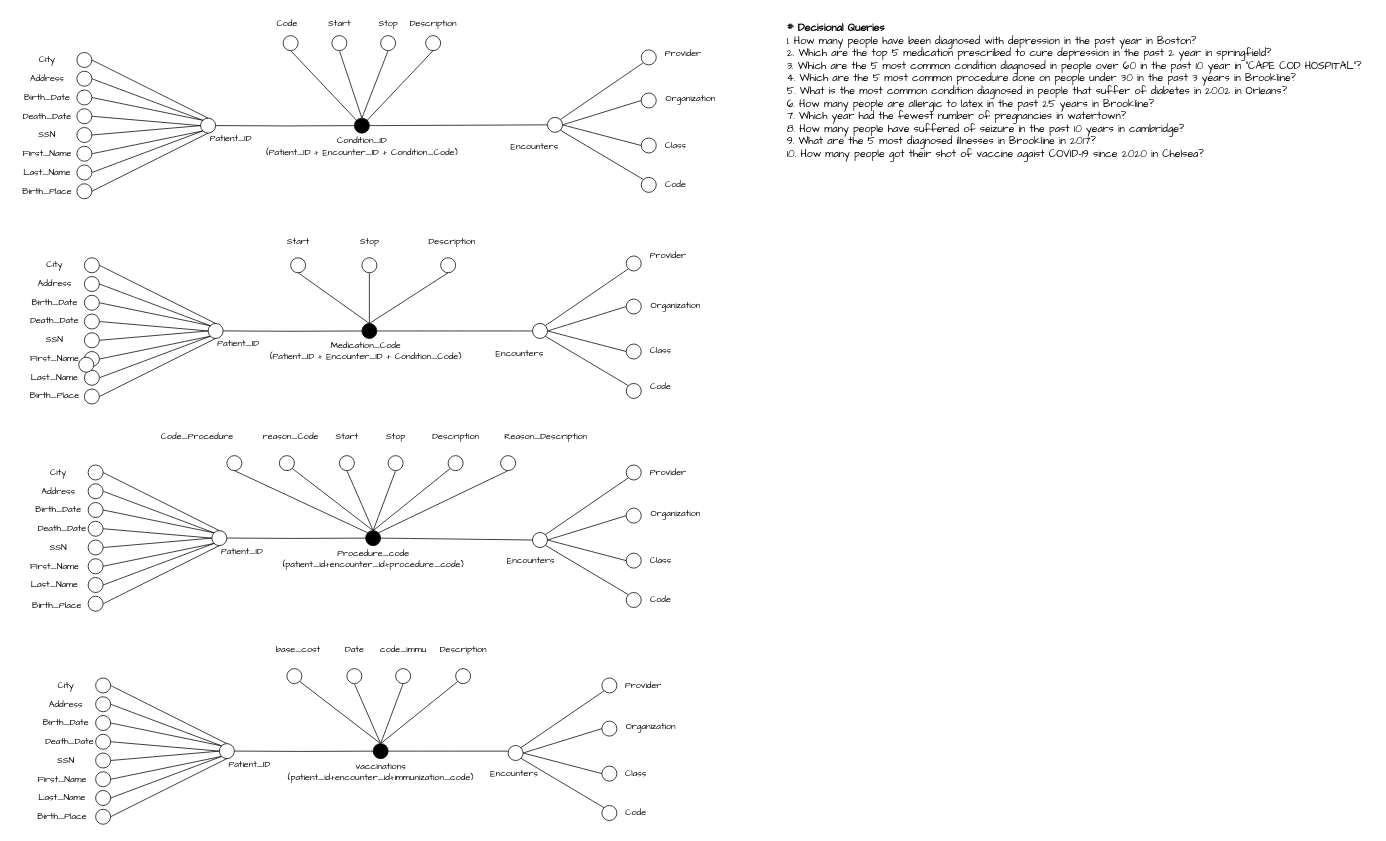
Earlier version of the draw.io diagram Untitled Diagram.drawio (UtsuroNoArashi/BigDataProject). Source tidied: cells renumbered, new cells numbered last; positions are measured from the earlier drawing's top-left corner, leaving out a move shared by most shapes. Both pictures are drawn from the tidied source at 75%, with x=0, y=0 at pixel (13, 13).
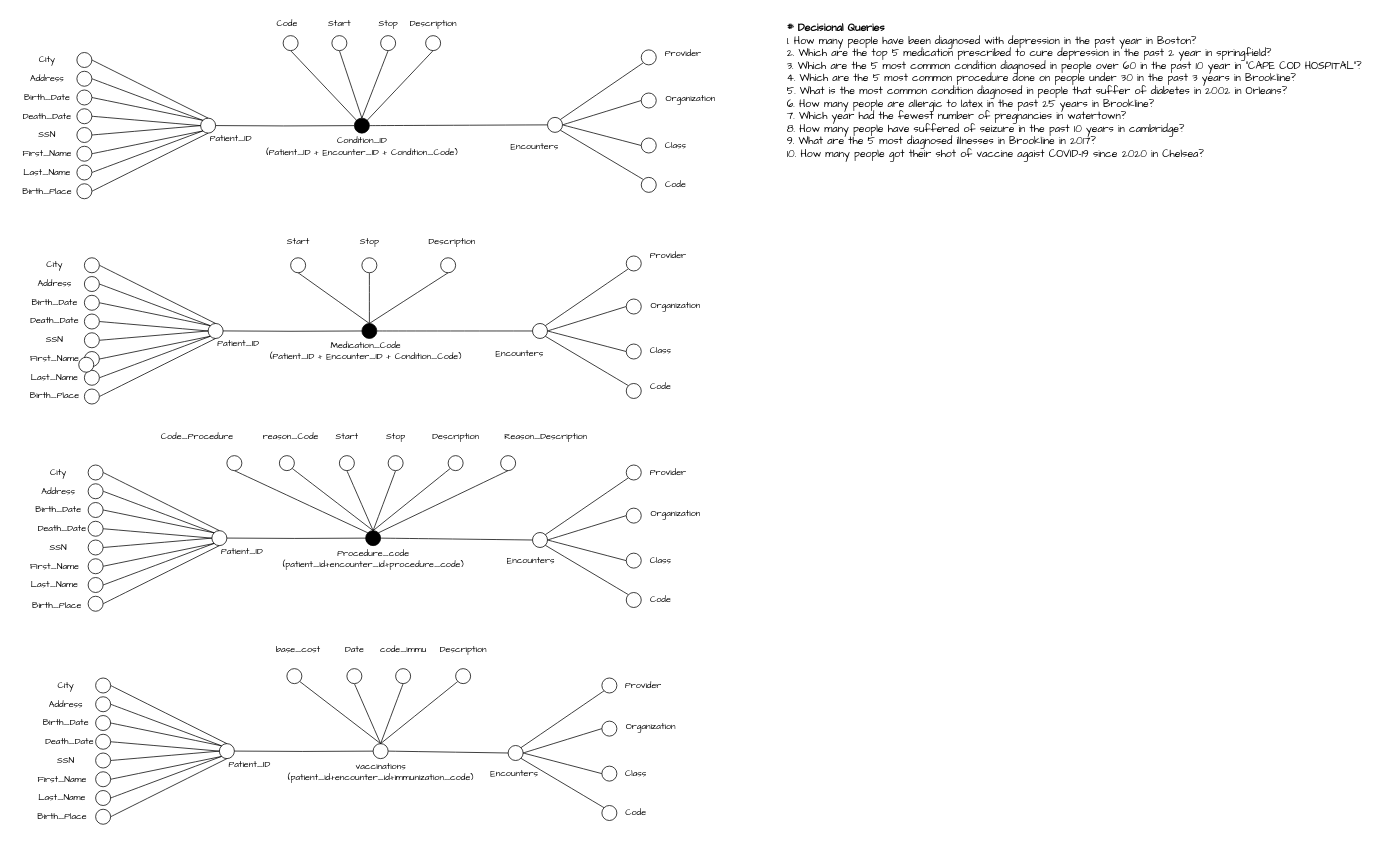
Above is the later version.

The change refers to these unchanged cells:
```xml
<mxCell id="219" style="ellipse;direction=south;fillColor=light-dark(#FFFFFF,#EA9A97);" parent="1" vertex="1">
  <mxGeometry x="660" y="976.5" width="20" height="20" as="geometry" />
</mxCell>
```

The edit, as a diff of the source:
```diff
@@
-    <mxCell id="147" style="edgeStyle=none;curved=1;rounded=0;jettySize=auto;html=1;exitX=0.5;exitY=0;exitDx=0;exitDy=0;entryX=0.5;entryY=1;entryDx=0;entryDy=0;fontFamily=Architects Daughter;fontSize=16;startSize=14;endArrow=none;endSize=14;sourcePerimeterSpacing=8;targetPerimeterSpacing=8;startFill=0;" parent="1" edge="1" source="148">
-      <mxGeometry relative="1" as="geometry">
-        <mxPoint x="660" y="984" as="targetPoint" />
-      </mxGeometry>
+    <mxCell id="147" style="edgeStyle=none;curved=1;rounded=0;jettySize=auto;html=1;exitX=0.5;exitY=0;exitDx=0;exitDy=0;entryX=0.5;entryY=1;entryDx=0;entryDy=0;fontFamily=Architects Daughter;fontSize=16;startSize=14;endArrow=none;endSize=14;sourcePerimeterSpacing=8;targetPerimeterSpacing=8;startFill=0;" parent="1" edge="1" source="148" target="219">
+      <mxGeometry relative="1" as="geometry" />
     </mxCell>
-    <mxCell id="148" style="ellipse;strokeColor=#000000;fillColor=#000000;direction=south;" parent="1" vertex="1">
+    <mxCell id="148" style="ellipse;strokeColor=#000000;fillColor=light-dark(#FFFFFF,#EB6F92);direction=south;" parent="1" vertex="1">
       <mxGeometry x="480" y="974" width="20" height="20" as="geometry" />
     </mxCell>
```
